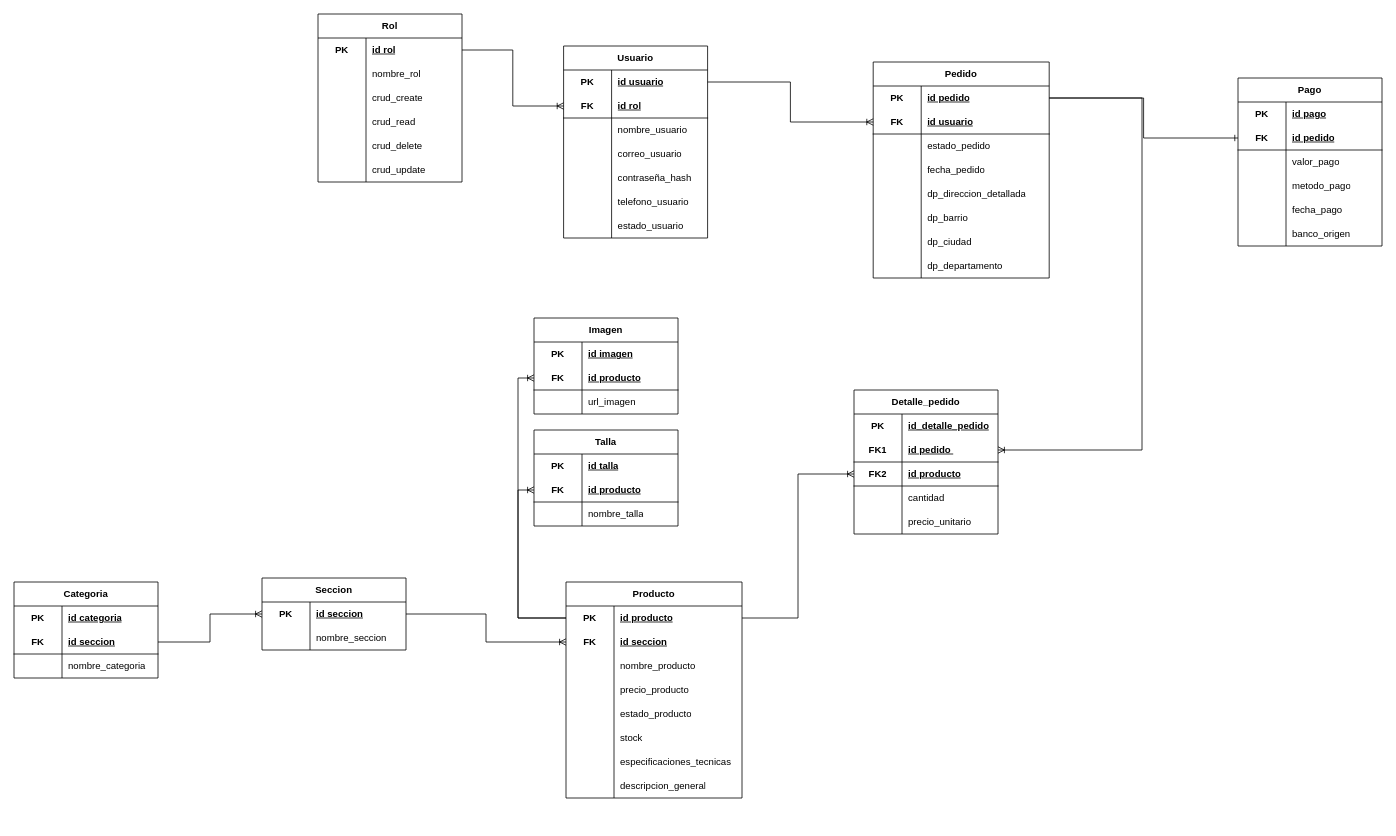
The draw.io diagram docs/Diagramas_BD/Diagramas_BikeStore_ER.drawio in JafettWh/bikestore_proyecto_base, before the edit. Source tidied: cells renumbered, new cells numbered last; positions are measured from the earlier drawing's top-left corner, leaving out a move shared by most shapes. Both pictures are drawn from the tidied source at 80%, with x=0, y=0 at pixel (14, 14).
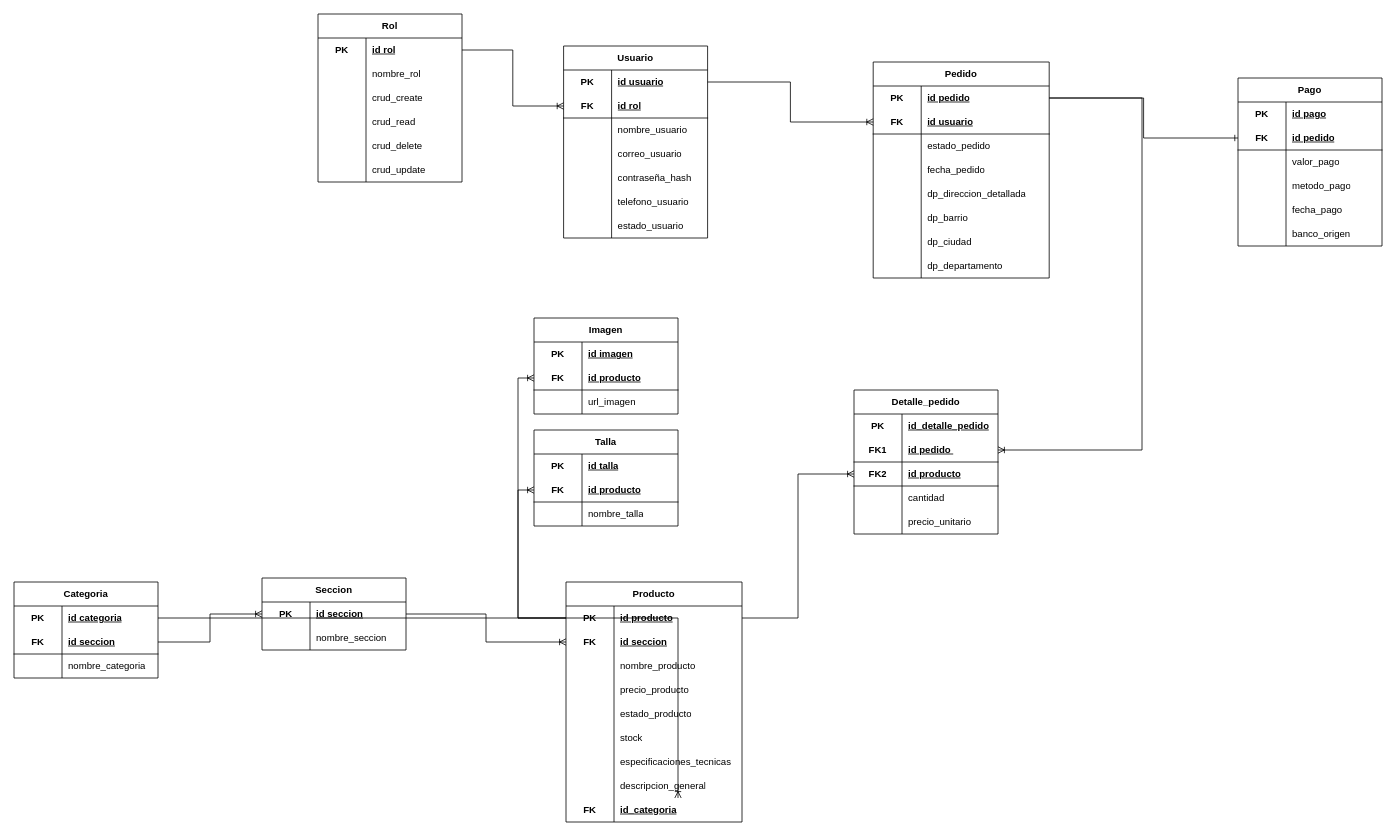
The same page after the edit.

Unchanged cells that the change refers to:
```xml
<mxCell id="164" value="id categoria" style="shape=partialRectangle;fillColor=none;top=0;left=0;bottom=0;right=0;align=left;spacingLeft=6;fontStyle=5;overflow=hidden;html=1;whiteSpace=wrap;" parent="162" vertex="1">
  <mxGeometry x="60" width="120" height="30" as="geometry" />
</mxCell>
```

Change to the diagram source:
```diff
@@
     <mxCell id="24" value="Producto" style="shape=table;startSize=30;childLayout=tableLayout;rowLines=0;fontStyle=1;align=center;html=1;whiteSpace=wrap;" parent="1" vertex="1">
-      <mxGeometry x="690" y="710" width="220" height="270" as="geometry" />
+      <mxGeometry x="690" y="710" width="220" height="300" as="geometry" />
     </mxCell>
@@
+    <mxCell id="174" style="shape=tableRow;horizontal=0;startSize=0;swimlaneHead=0;swimlaneBody=0;fillColor=none;top=0;left=0;right=0;bottom=0;html=1;" parent="24" vertex="1">
+      <mxGeometry y="270" width="220" height="30" as="geometry" />
+    </mxCell>
+    <mxCell id="175" value="FK" style="shape=partialRectangle;fillColor=none;top=0;left=0;bottom=0;right=0;fontStyle=1;overflow=hidden;html=1;whiteSpace=wrap;" parent="174" vertex="1">
+      <mxGeometry width="60" height="30" as="geometry" />
+    </mxCell>
+    <mxCell id="176" value="id_categoria" style="shape=partialRectangle;fillColor=none;top=0;left=0;bottom=0;right=0;align=left;spacingLeft=6;fontStyle=5;overflow=hidden;html=1;whiteSpace=wrap;" parent="174" vertex="1">
+      <mxGeometry x="60" width="160" height="30" as="geometry" />
+    </mxCell>
+    <mxCell id="177" style="edgeStyle=orthogonalEdgeStyle;shape=connector;rounded=0;jettySize=auto;html=1;endArrow=ERoneToMany;endFill=0;" parent="1" edge="1" source="164" target="176">
+      <mxGeometry relative="1" as="geometry" />
+    </mxCell>
```
